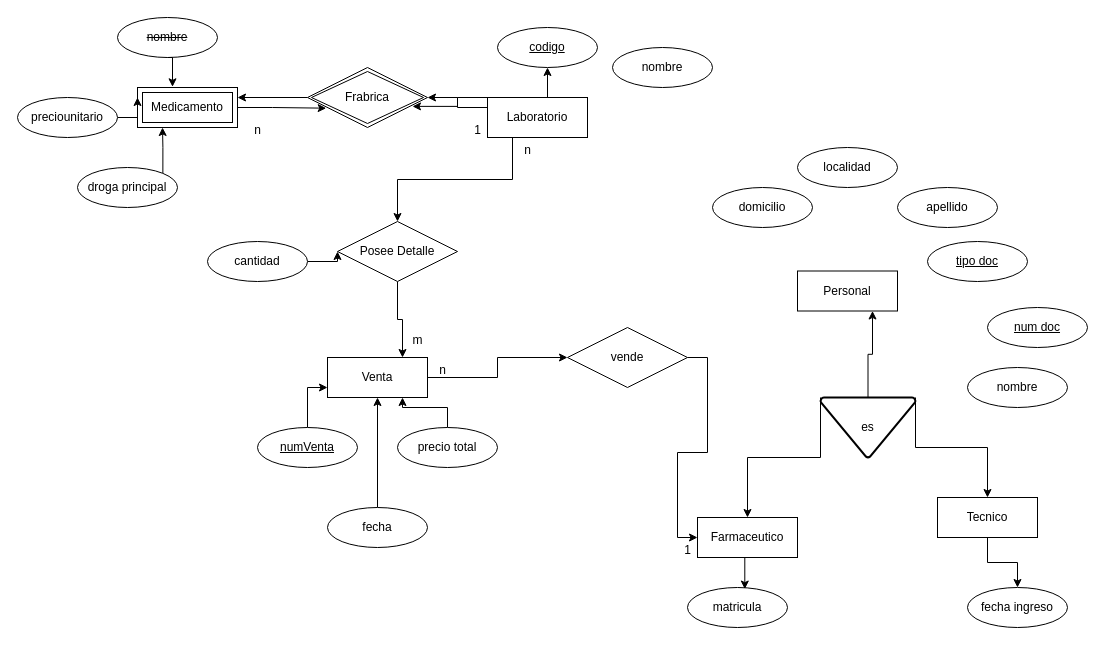
Before: TP 3 E 1 D.drawio in JoaquinIVL95/BDD---TUDW, a draw.io diagram. Source tidied: cells renumbered, new cells numbered last; positions are measured from the earlier drawing's top-left corner, leaving out a move shared by most shapes. Both pictures are drawn from the tidied source at 100%, with x=0, y=0 at pixel (17, 17).
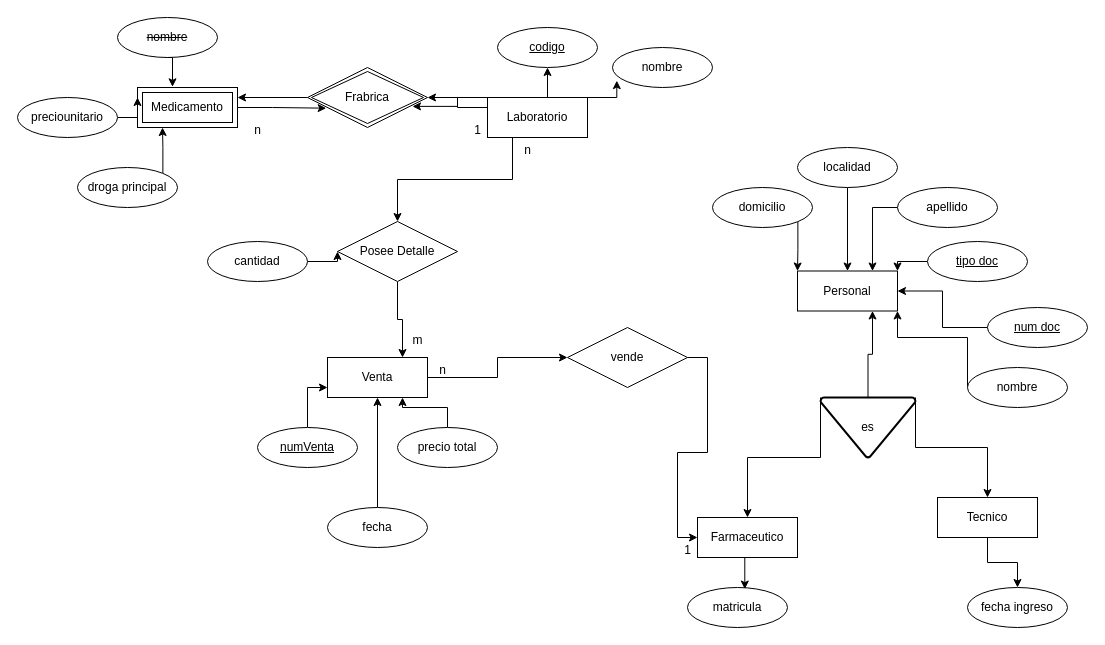
After the change.

The change refers to these unchanged cells:
```xml
<mxCell id="5" value="Laboratorio" style="whiteSpace=wrap;html=1;align=center;" parent="1" vertex="1">
  <mxGeometry x="470" y="80" width="100" height="40" as="geometry" />
</mxCell>
<mxCell id="6" value="Personal" style="whiteSpace=wrap;html=1;align=center;" parent="1" vertex="1">
  <mxGeometry x="780" y="253.5" width="100" height="40" as="geometry" />
</mxCell>
<mxCell id="18" value="&lt;u&gt;tipo doc&lt;/u&gt;" style="ellipse;whiteSpace=wrap;html=1;align=center;" parent="1" vertex="1">
  <mxGeometry x="910" y="224" width="100" height="40" as="geometry" />
</mxCell>
<mxCell id="19" value="&lt;u&gt;num doc&lt;/u&gt;" style="ellipse;whiteSpace=wrap;html=1;align=center;" parent="1" vertex="1">
  <mxGeometry x="970" y="290" width="100" height="40" as="geometry" />
</mxCell>
<mxCell id="20" value="nombre" style="ellipse;whiteSpace=wrap;html=1;align=center;" parent="1" vertex="1">
  <mxGeometry x="950" y="350" width="100" height="40" as="geometry" />
</mxCell>
<mxCell id="21" value="apellido" style="ellipse;whiteSpace=wrap;html=1;align=center;" parent="1" vertex="1">
  <mxGeometry x="880" y="170" width="100" height="40" as="geometry" />
</mxCell>
<mxCell id="22" value="domicilio" style="ellipse;whiteSpace=wrap;html=1;align=center;" parent="1" vertex="1">
  <mxGeometry x="695" y="170" width="100" height="40" as="geometry" />
</mxCell>
<mxCell id="23" value="localidad" style="ellipse;whiteSpace=wrap;html=1;align=center;" parent="1" vertex="1">
  <mxGeometry x="780" y="130" width="100" height="40" as="geometry" />
</mxCell>
<mxCell id="36" value="nombre" style="ellipse;whiteSpace=wrap;html=1;align=center;" parent="1" vertex="1">
  <mxGeometry x="595" y="30" width="100" height="40" as="geometry" />
</mxCell>
```

Change to the diagram source:
```diff
@@
+    <mxCell id="56" style="edgeStyle=orthogonalEdgeStyle;rounded=0;jettySize=auto;html=1;exitX=0;exitY=0.5;exitDx=0;exitDy=0;entryX=1;entryY=0;entryDx=0;entryDy=0;" parent="1" edge="1" source="18" target="6">
+      <mxGeometry relative="1" as="geometry" />
+    </mxCell>
@@
+    <mxCell id="57" style="edgeStyle=orthogonalEdgeStyle;rounded=0;jettySize=auto;html=1;exitX=0;exitY=0.5;exitDx=0;exitDy=0;entryX=1;entryY=0.5;entryDx=0;entryDy=0;" parent="1" edge="1" source="19" target="6">
+      <mxGeometry relative="1" as="geometry" />
+    </mxCell>
@@
+    <mxCell id="58" style="edgeStyle=orthogonalEdgeStyle;rounded=0;jettySize=auto;html=1;exitX=0;exitY=0.5;exitDx=0;exitDy=0;entryX=1;entryY=1;entryDx=0;entryDy=0;" parent="1" edge="1" source="20" target="6">
+      <mxGeometry relative="1" as="geometry">
+        <Array as="points">
+          <mxPoint x="950" y="320" />
+          <mxPoint x="880" y="320" />
+        </Array>
+      </mxGeometry>
+    </mxCell>
@@
+    <mxCell id="59" style="edgeStyle=orthogonalEdgeStyle;rounded=0;jettySize=auto;html=1;exitX=0;exitY=0.5;exitDx=0;exitDy=0;entryX=0.75;entryY=0;entryDx=0;entryDy=0;" parent="1" edge="1" source="21" target="6">
+      <mxGeometry relative="1" as="geometry" />
+    </mxCell>
@@
+    <mxCell id="60" style="edgeStyle=orthogonalEdgeStyle;rounded=0;jettySize=auto;html=1;exitX=1;exitY=1;exitDx=0;exitDy=0;entryX=0;entryY=0;entryDx=0;entryDy=0;" parent="1" edge="1" source="22" target="6">
+      <mxGeometry relative="1" as="geometry" />
+    </mxCell>
@@
+    <mxCell id="61" style="edgeStyle=orthogonalEdgeStyle;rounded=0;jettySize=auto;html=1;exitX=0.5;exitY=1;exitDx=0;exitDy=0;entryX=0.5;entryY=0;entryDx=0;entryDy=0;" parent="1" edge="1" source="23" target="6">
+      <mxGeometry relative="1" as="geometry" />
+    </mxCell>
@@
+    <mxCell id="62" style="edgeStyle=orthogonalEdgeStyle;rounded=0;jettySize=auto;html=1;exitX=1;exitY=0;exitDx=0;exitDy=0;entryX=0.043;entryY=0.828;entryDx=0;entryDy=0;entryPerimeter=0;" parent="1" edge="1" source="5" target="36">
+      <mxGeometry relative="1" as="geometry" />
+    </mxCell>
```
